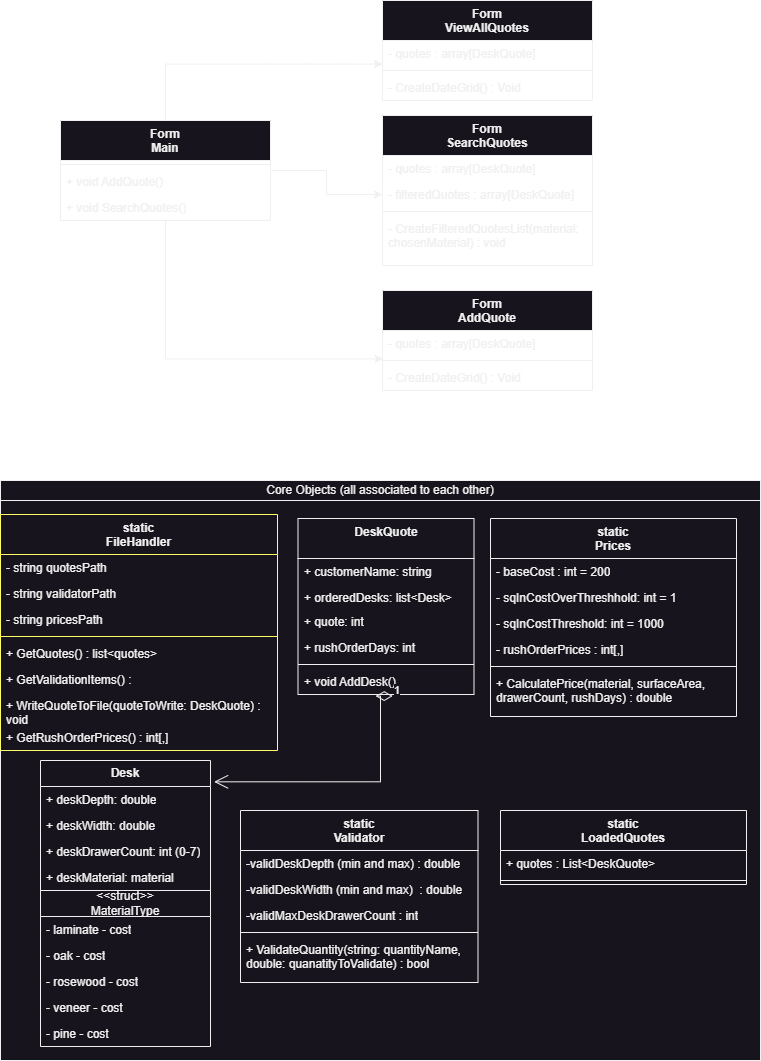
The draw.io diagram docs/class_diagram_drawio.png in ThomasAMH/Megadesk, before a commit. Source tidied: cells renumbered, new cells last; positions are measured from the earlier drawing's top-left corner, leaving out a move shared by most shapes.
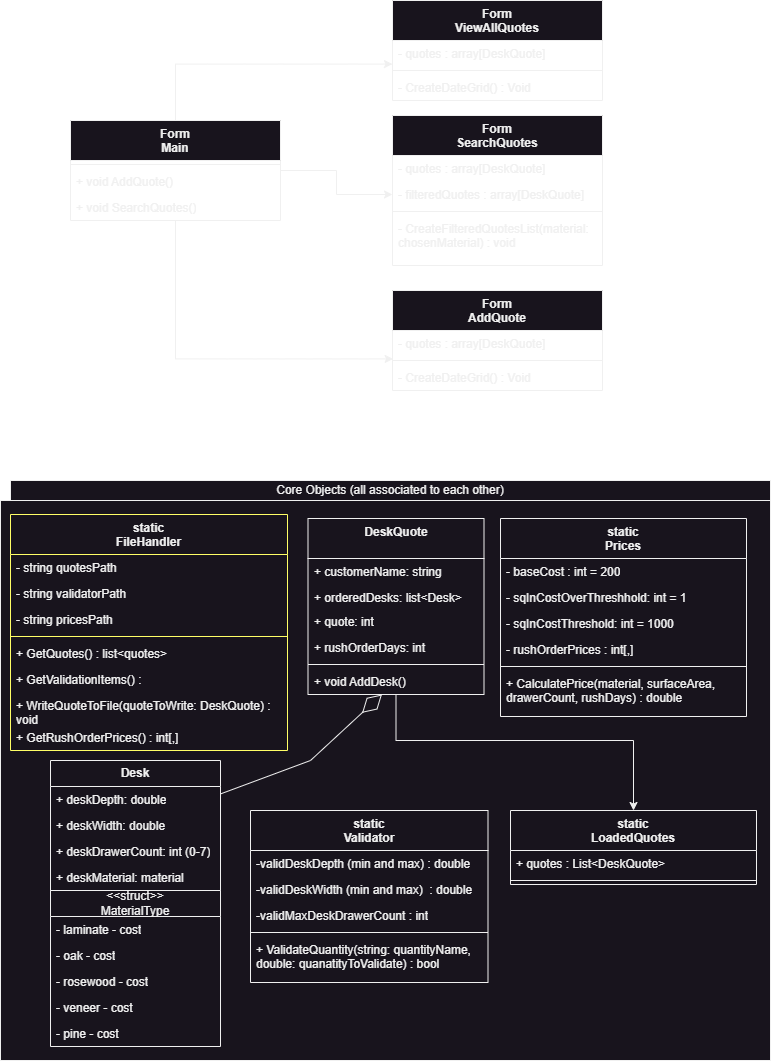
After the commit.

Diff of the diagram source:
```diff
@@ -3,7 +3,7 @@
     <mxCell id="0" />
     <mxCell id="1" parent="0" />
     <mxCell id="2" style="html=1;whiteSpace=wrap;" parent="1" vertex="1">
-      <mxGeometry y="500" width="760" height="560" as="geometry" />
+      <mxGeometry x="-10" y="500" width="770" height="560" as="geometry" />
     </mxCell>
     <mxCell id="3" value="&amp;lt;&amp;lt;struct&amp;gt;&amp;gt;&lt;br&gt;MaterialType" style="swimlane;fontStyle=0;horizontal=1;startSize=26;fillColor=none;whiteSpace=wrap;html=1;" parent="1" vertex="1">
       <mxGeometry x="40" y="890" width="170" height="156" as="geometry" />
@@ -23,6 +23,14 @@
     <mxCell id="8" value="- pine - cost" style="text;strokeColor=none;fillColor=none;align=left;verticalAlign=top;spacingLeft=4;spacingRight=4;overflow=hidden;whiteSpace=wrap;html=1;" parent="3" vertex="1">
       <mxGeometry y="130" width="170" height="26" as="geometry" />
     </mxCell>
+    <mxCell id="68" style="edgeStyle=orthogonalEdgeStyle;rounded=0;jettySize=auto;html=1;" parent="1" edge="1" source="9" target="65">
+      <mxGeometry relative="1" as="geometry">
+        <Array as="points">
+          <mxPoint x="385" y="740" />
+          <mxPoint x="623" y="740" />
+        </Array>
+      </mxGeometry>
+    </mxCell>
     <mxCell id="9" value="DeskQuote" style="swimlane;fontStyle=1;align=center;verticalAlign=top;horizontal=1;startSize=40;whiteSpace=wrap;html=1;" parent="1" vertex="1">
       <mxGeometry x="297.5" y="518" width="176" height="176" as="geometry" />
     </mxCell>
@@ -125,13 +133,6 @@
     <mxCell id="42" value="+ deskMaterial: material" style="text;strokeColor=none;fillColor=none;align=left;verticalAlign=top;spacingLeft=4;spacingRight=4;overflow=hidden;whiteSpace=wrap;html=1;" parent="38" vertex="1">
       <mxGeometry y="104" width="170" height="26" as="geometry" />
     </mxCell>
-    <mxCell id="43" value="1" style="endArrow=open;html=1;endSize=12;startArrow=diamondThin;startSize=14;startFill=0;edgeStyle=orthogonalEdgeStyle;align=left;verticalAlign=bottom;rounded=0;exitX=0.538;exitY=1.06;exitDx=0;exitDy=0;entryX=1.021;entryY=0.164;entryDx=0;entryDy=0;entryPerimeter=0;exitPerimeter=0;" parent="1" edge="1" source="15" target="38">
-      <mxGeometry x="-1" y="3" relative="1" as="geometry">
-        <Array as="points">
-          <mxPoint x="380" y="781" />
-        </Array>
-      </mxGeometry>
-    </mxCell>
     <mxCell id="44" value="static&lt;br&gt;Validator" style="swimlane;fontStyle=1;align=center;verticalAlign=top;horizontal=1;startSize=40;whiteSpace=wrap;html=1;" parent="1" vertex="1">
       <mxGeometry x="240" y="810" width="237.5" height="172" as="geometry" />
     </mxCell>
@@ -204,5 +205,12 @@
     <mxCell id="67" style="line;strokeWidth=1;fillColor=none;align=left;verticalAlign=middle;spacingTop=-1;spacingLeft=3;spacingRight=3;labelPosition=right;strokeColor=inherit;" parent="65" vertex="1">
       <mxGeometry y="66" width="246" height="8" as="geometry" />
     </mxCell>
+    <mxCell id="69" style="endArrow=diamondThin;endFill=0;endSize=24;html=1;rounded=0;" parent="1" edge="1" source="38" target="15">
+      <mxGeometry relative="1" as="geometry">
+        <Array as="points">
+          <mxPoint x="300" y="760" />
+        </Array>
+      </mxGeometry>
+    </mxCell>
   </root>
 </mxGraphModel>
```
